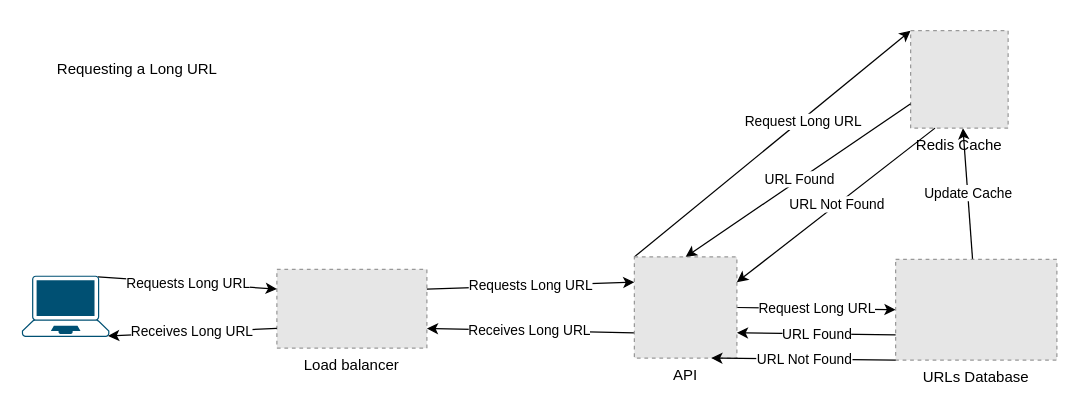
Above: assets/diagrams/2024-06-09-Systems-Design-in-Azure-for-Clients-URL-Shortener/3.drawio in piers-sinclair/pierssinclair.github.io (draw.io), before the change. Source tidied: cells renumbered, new cells numbered last; positions are measured from the earlier drawing's top-left corner, leaving out a move shared by most shapes. Both pictures are drawn from the tidied source at 125%, with x=0, y=0 at pixel (21, 30). Pictures stored in the file or linked from it are replaced by grey dashed boxes.
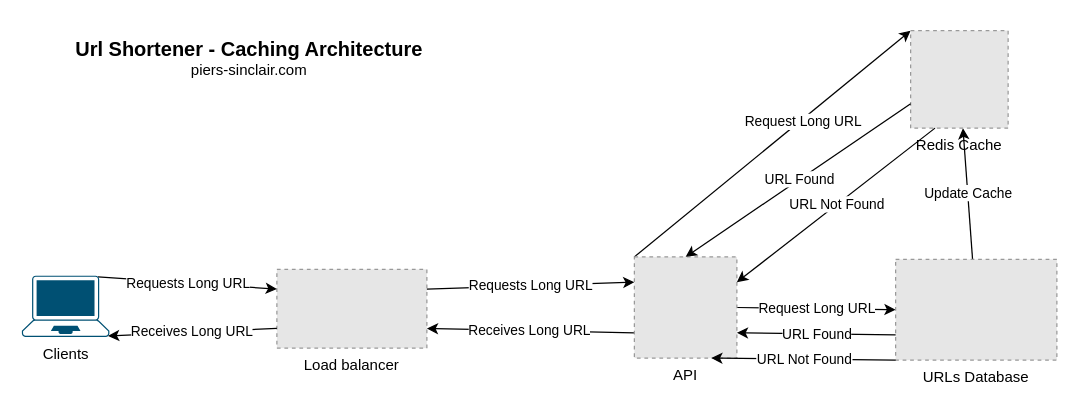
The same diagram, later.

The edit, as a diff of the source:
```diff
@@
 <mxGraphModel background="#ffffff">
   <root>
     <mxCell id="0" />
     <mxCell id="1" parent="0" />
     <mxCell id="2" value="Load balancer" style="fillColor=#E6E6E6;strokeColor=#999999;dashed=1;verticalLabelPosition=bottom;verticalAlign=top;" parent="1" vertex="1">
       <mxGeometry x="204" y="191" width="120" height="63" as="geometry" />
     </mxCell>
     <mxCell id="3" value="Request Long URL" style="edgeStyle=none;html=1;exitX=1;exitY=0.5;exitDx=0;exitDy=0;entryX=0;entryY=0.5;entryDx=0;entryDy=0;" parent="1" edge="1" source="14" target="8">
       <mxGeometry relative="1" as="geometry" />
     </mxCell>
     <mxCell id="4" value="Requests Long URL" style="edgeStyle=none;html=1;exitX=0.87;exitY=0.02;exitDx=0;exitDy=0;exitPerimeter=0;entryX=0;entryY=0.25;entryDx=0;entryDy=0;" parent="1" edge="1" source="5" target="2">
       <mxGeometry relative="1" as="geometry" />
     </mxCell>
-    <mxCell id="5" style="points=[[0.13,0.02,0],[0.5,0,0],[0.87,0.02,0],[0.885,0.4,0],[0.985,0.985,0],[0.5,1,0],[0.015,0.985,0],[0.115,0.4,0]];verticalLabelPosition=bottom;sketch=0;html=1;verticalAlign=top;align=center;shape=mxgraph.cisco19.laptop;fillColor=#005073;strokeColor=none;" parent="1" vertex="1">
+    <mxCell id="5" value="Clients" style="points=[[0.13,0.02,0],[0.5,0,0],[0.87,0.02,0],[0.885,0.4,0],[0.985,0.985,0],[0.5,1,0],[0.015,0.985,0],[0.115,0.4,0]];verticalLabelPosition=bottom;sketch=0;html=1;verticalAlign=top;align=center;shape=mxgraph.cisco19.laptop;fillColor=#005073;strokeColor=none;" parent="1" vertex="1">
       <mxGeometry y="196" width="70" height="49" as="geometry" />
     </mxCell>
     <mxCell id="6" value="Receives Long URL" style="edgeStyle=none;html=1;exitX=0;exitY=0.75;exitDx=0;exitDy=0;entryX=0.985;entryY=0.985;entryDx=0;entryDy=0;entryPerimeter=0;" parent="1" edge="1" source="2" target="5">
       <mxGeometry x="0.01" relative="1" as="geometry" />
     </mxCell>
     <mxCell id="7" value="Update Cache" style="edgeStyle=none;html=1;" parent="1" edge="1" source="8" target="15">
       <mxGeometry relative="1" as="geometry" />
     </mxCell>
     <mxCell id="8" value="URLs Database" style="fillColor=#E6E6E6;strokeColor=#999999;dashed=1;verticalLabelPosition=bottom;verticalAlign=top;" parent="1" vertex="1">
       <mxGeometry x="699" y="183" width="129" height="80.6" as="geometry" />
     </mxCell>
     <mxCell id="9" value="Requests Long URL" style="edgeStyle=none;html=1;exitX=1;exitY=0.25;exitDx=0;exitDy=0;entryX=0;entryY=0.25;entryDx=0;entryDy=0;" parent="1" edge="1" source="2" target="14">
       <mxGeometry relative="1" as="geometry" />
     </mxCell>
     <mxCell id="10" value="Receives Long URL" style="edgeStyle=none;html=1;entryX=1;entryY=0.75;entryDx=0;entryDy=0;exitX=0;exitY=0.75;exitDx=0;exitDy=0;" parent="1" edge="1" source="14" target="2">
       <mxGeometry x="0.01" relative="1" as="geometry" />
     </mxCell>
-    <mxCell id="11" value="Requesting a Long URL" style="text;html=1;strokeColor=none;fillColor=none;align=center;verticalAlign=middle;whiteSpace=wrap;rounded=0;" parent="1" vertex="1">
-      <mxGeometry x="21" y="16" width="143" height="30" as="geometry" />
-    </mxCell>
     <mxCell id="12" style="edgeStyle=none;html=1;exitX=0;exitY=0;exitDx=0;exitDy=0;entryX=0;entryY=0;entryDx=0;entryDy=0;" parent="1" edge="1" source="14" target="15">
       <mxGeometry relative="1" as="geometry" />
     </mxCell>
     <mxCell id="13" value="Request Long URL" style="edgeLabel;html=1;align=center;verticalAlign=middle;" parent="12" vertex="1">
       <mxGeometry x="0.21" y="-1" relative="1" as="geometry" />
     </mxCell>
     <mxCell id="14" value="API" style="fillColor=#E6E6E6;strokeColor=#999999;dashed=1;verticalLabelPosition=bottom;verticalAlign=top;" parent="1" vertex="1">
       <mxGeometry x="490" y="181" width="82" height="81" as="geometry" />
     </mxCell>
     <mxCell id="15" value="Redis Cache" style="fillColor=#E6E6E6;strokeColor=#999999;dashed=1;verticalLabelPosition=bottom;verticalAlign=top;" parent="1" vertex="1">
       <mxGeometry x="711" width="78" height="78" as="geometry" />
     </mxCell>
     <mxCell id="16" value="URL Found" style="edgeStyle=none;html=1;exitX=0;exitY=0.75;exitDx=0;exitDy=0;entryX=0.5;entryY=0;entryDx=0;entryDy=0;" parent="1" edge="1" source="15" target="14">
       <mxGeometry x="-0.01" relative="1" as="geometry" />
     </mxCell>
     <mxCell id="17" value="URL Not Found" style="edgeStyle=none;html=1;exitX=0.25;exitY=1;exitDx=0;exitDy=0;entryX=1;entryY=0.25;entryDx=0;entryDy=0;" parent="1" edge="1" source="15" target="14">
       <mxGeometry x="-0.01" relative="1" as="geometry" />
     </mxCell>
     <mxCell id="18" value="URL Found" style="edgeStyle=none;html=1;exitX=0;exitY=0.75;exitDx=0;exitDy=0;entryX=1;entryY=0.75;entryDx=0;entryDy=0;" parent="1" edge="1" source="8" target="14">
       <mxGeometry x="-0.01" relative="1" as="geometry" />
     </mxCell>
     <mxCell id="19" value="URL Not Found" style="edgeStyle=none;html=1;exitX=0;exitY=1;exitDx=0;exitDy=0;entryX=0.75;entryY=1;entryDx=0;entryDy=0;" parent="1" edge="1" source="8" target="14">
       <mxGeometry x="-0.01" relative="1" as="geometry" />
     </mxCell>
+    <mxCell id="20" value="&lt;font style=&quot;font-size: 16px;&quot;&gt;&lt;b&gt;Url Shortener - Caching Architecture&lt;br&gt;&lt;/b&gt;&lt;/font&gt;piers-sinclair.com" style="text;html=1;strokeColor=none;fillColor=none;align=center;verticalAlign=middle;whiteSpace=wrap;rounded=0;" parent="1" vertex="1">
+      <mxGeometry x="10" y="7" width="344" height="30" as="geometry" />
+    </mxCell>
   </root>
 </mxGraphModel>
```
